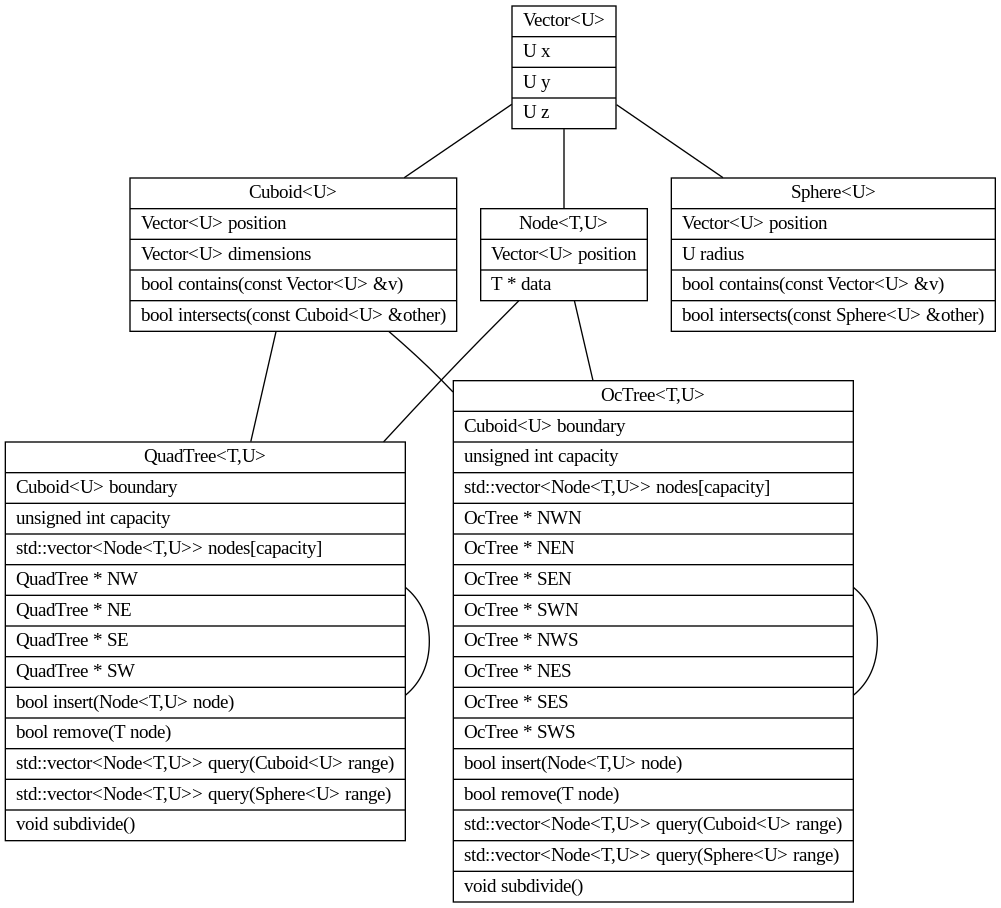
Above: doc/classes.dot.png in pvorselaars/spatial-tree (Graphviz), before the change. Its source is kept beside it as doc/classes.dot.
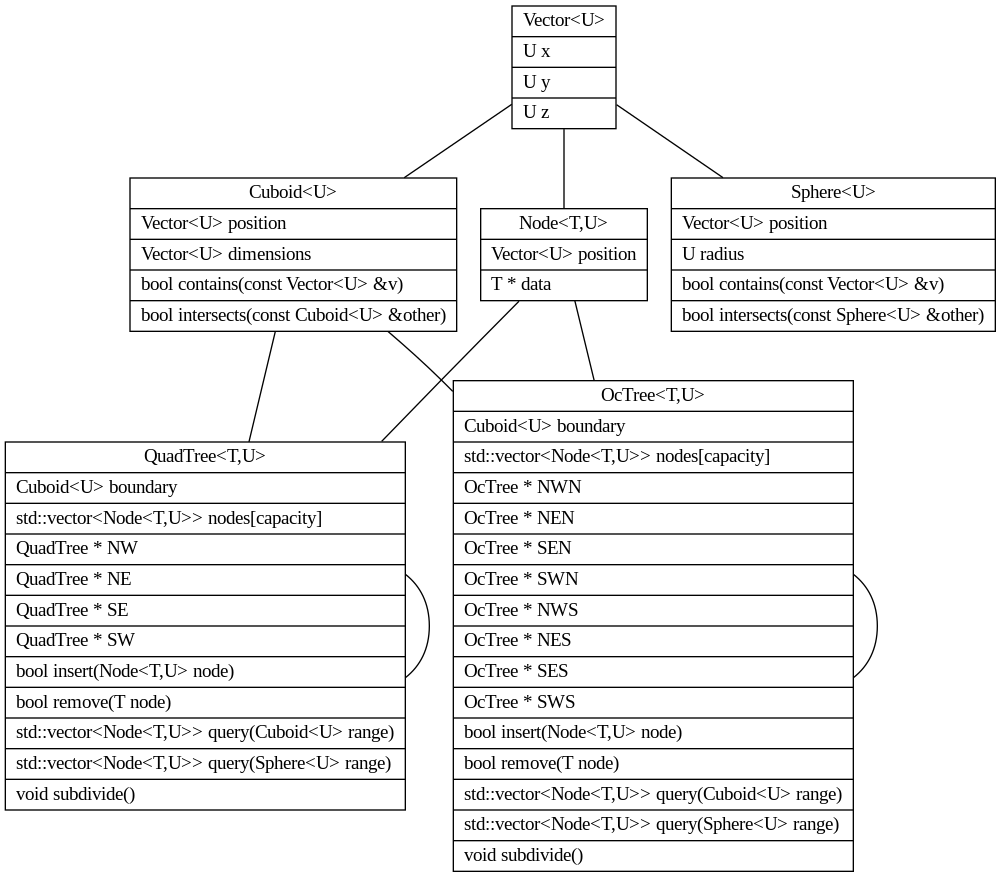
After the change.

What changed in the source:
```diff
@@ -26,7 +26,6 @@
 
 	QuadTree [label="{QuadTree\<T,U\>|
 			   Cuboid\<U\> boundary\l|
-			   unsigned int capacity\l|
 			   std::vector\<Node\<T,U\>\> nodes[capacity]\l|
 			   QuadTree * NW\l|
 			   QuadTree * NE\l|
@@ -40,7 +39,6 @@
 
 	OcTree [label="{OcTree\<T,U\>|
 			  Cuboid\<U\> boundary\l|
-			  unsigned int capacity\l|
 			  std::vector\<Node\<T,U\>\> nodes[capacity]\l|
 			  OcTree * NWN\l|
 			  OcTree * NEN\l|
```
